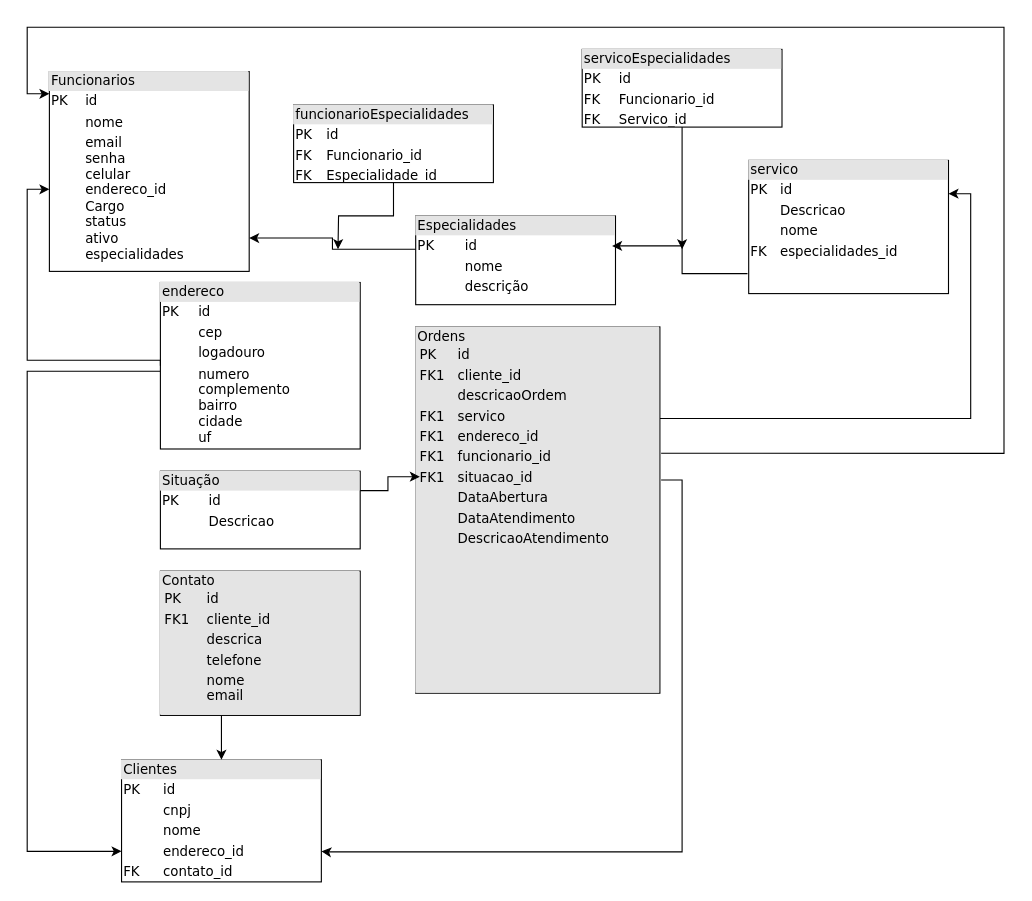
This is banco de dados.drawio from S-I-G-O-S/planejamento, a draw.io file, before an edit. Source tidied: cells renumbered, new cells numbered last; positions are measured from the earlier drawing's top-left corner, leaving out a move shared by most shapes. Both pictures are drawn from the tidied source at 111%, with x=0, y=0 at pixel (27, 27).
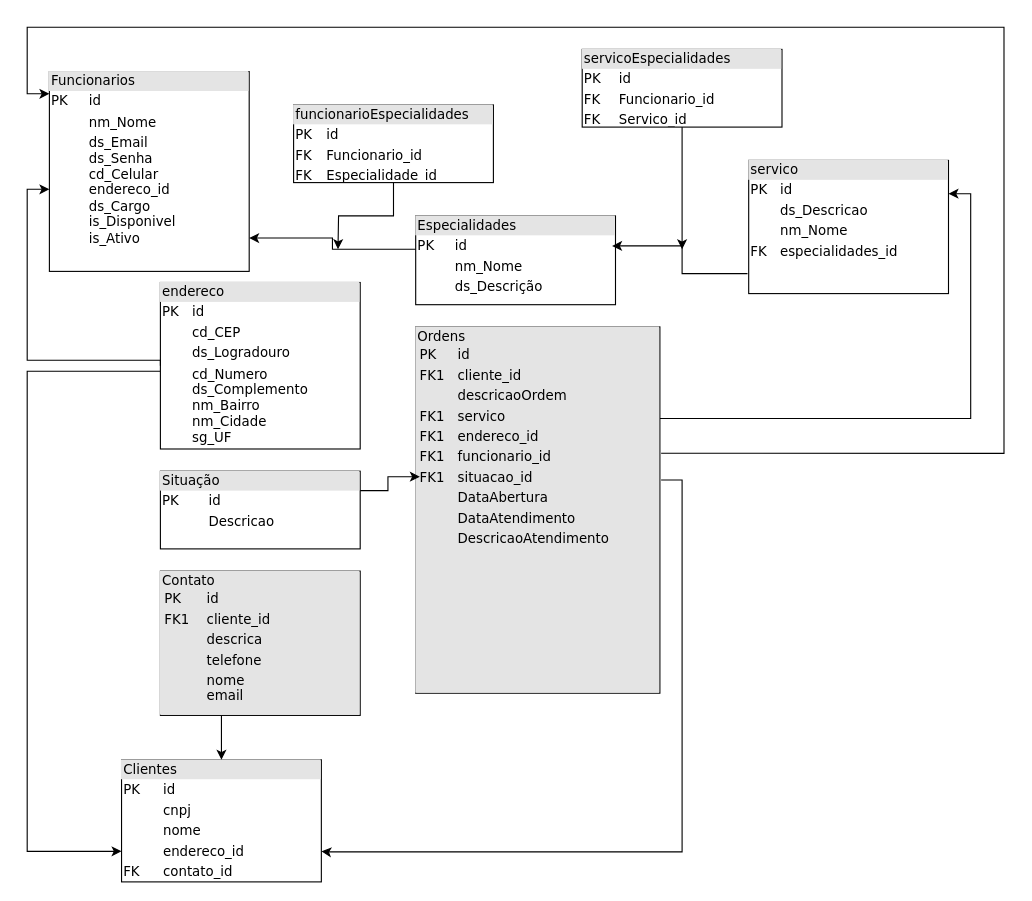
The same page after the edit.

Change to the diagram source:
```diff
@@
-    <mxCell id="2" value="&lt;div style=&quot;box-sizing:border-box;width:100%;background:#e4e4e4;padding:2px;&quot;&gt;Funcionarios&lt;/div&gt;&lt;table style=&quot;width:100%;font-size:1em;&quot; cellpadding=&quot;2&quot; cellspacing=&quot;0&quot;&gt;&lt;tbody&gt;&lt;tr&gt;&lt;td&gt;PK&lt;/td&gt;&lt;td&gt;id&lt;br&gt;&lt;/td&gt;&lt;/tr&gt;&lt;tr&gt;&lt;td&gt;&lt;br&gt;&lt;/td&gt;&lt;td&gt;nome&lt;/td&gt;&lt;/tr&gt;&lt;tr&gt;&lt;td&gt;&lt;/td&gt;&lt;td&gt;email&lt;br&gt;senha&lt;br&gt;celular&lt;br&gt;endereco_id&lt;br&gt;Cargo&lt;br&gt;status&lt;br&gt;ativo&lt;br&gt;especialidades&lt;/td&gt;&lt;/tr&gt;&lt;/tbody&gt;&lt;/table&gt;" style="verticalAlign=top;align=left;overflow=fill;html=1;rounded=0;shadow=0;comic=0;labelBackgroundColor=none;strokeWidth=1;fontFamily=Verdana;fontSize=12;" parent="1" vertex="1">
+    <mxCell id="2" value="&lt;div style=&quot;box-sizing:border-box;width:100%;background:#e4e4e4;padding:2px;&quot;&gt;Funcionarios&lt;/div&gt;&lt;table style=&quot;width:100%;font-size:1em;&quot; cellpadding=&quot;2&quot; cellspacing=&quot;0&quot;&gt;&lt;tbody&gt;&lt;tr&gt;&lt;td&gt;PK&lt;/td&gt;&lt;td&gt;id&lt;br&gt;&lt;/td&gt;&lt;/tr&gt;&lt;tr&gt;&lt;td&gt;&lt;br&gt;&lt;/td&gt;&lt;td&gt;nm_Nome&lt;/td&gt;&lt;/tr&gt;&lt;tr&gt;&lt;td&gt;&lt;/td&gt;&lt;td&gt;ds_Email&lt;br&gt;ds_Senha&lt;br&gt;cd_Celular&lt;br&gt;endereco_id&lt;br&gt;ds_Cargo&lt;br&gt;is_Disponivel&lt;br&gt;is_Ativo&lt;br&gt;&lt;br&gt;&lt;/td&gt;&lt;/tr&gt;&lt;/tbody&gt;&lt;/table&gt;" style="verticalAlign=top;align=left;overflow=fill;html=1;rounded=0;shadow=0;comic=0;labelBackgroundColor=none;strokeWidth=1;fontFamily=Verdana;fontSize=12;" parent="1" vertex="1">
       <mxGeometry x="20" y="40" width="180" height="180" as="geometry" />
     </mxCell>
-    <mxCell id="3" value="&lt;div style=&quot;box-sizing: border-box ; width: 100% ; background: #e4e4e4 ; padding: 2px&quot;&gt;Especialidades&lt;/div&gt;&lt;table style=&quot;width: 100% ; font-size: 1em&quot; cellpadding=&quot;2&quot; cellspacing=&quot;0&quot;&gt;&lt;tbody&gt;&lt;tr&gt;&lt;td&gt;PK&lt;/td&gt;&lt;td&gt;id&lt;/td&gt;&lt;/tr&gt;&lt;tr&gt;&lt;td&gt;&lt;br&gt;&lt;/td&gt;&lt;td&gt;nome&lt;/td&gt;&lt;/tr&gt;&lt;tr&gt;&lt;td&gt;&lt;/td&gt;&lt;td&gt;descrição&lt;/td&gt;&lt;/tr&gt;&lt;tr&gt;&lt;td&gt;&lt;/td&gt;&lt;td&gt;&lt;br&gt;&lt;/td&gt;&lt;/tr&gt;&lt;/tbody&gt;&lt;/table&gt;" style="verticalAlign=top;align=left;overflow=fill;html=1;rounded=0;shadow=0;comic=0;labelBackgroundColor=none;strokeWidth=1;fontFamily=Verdana;fontSize=12;" parent="1" vertex="1">
+    <mxCell id="3" value="&lt;div style=&quot;box-sizing: border-box ; width: 100% ; background: #e4e4e4 ; padding: 2px&quot;&gt;Especialidades&lt;/div&gt;&lt;table style=&quot;width: 100% ; font-size: 1em&quot; cellpadding=&quot;2&quot; cellspacing=&quot;0&quot;&gt;&lt;tbody&gt;&lt;tr&gt;&lt;td&gt;PK&lt;/td&gt;&lt;td&gt;id&lt;/td&gt;&lt;/tr&gt;&lt;tr&gt;&lt;td&gt;&lt;br&gt;&lt;/td&gt;&lt;td&gt;nm_Nome&lt;/td&gt;&lt;/tr&gt;&lt;tr&gt;&lt;td&gt;&lt;/td&gt;&lt;td&gt;ds_Descrição&lt;/td&gt;&lt;/tr&gt;&lt;tr&gt;&lt;td&gt;&lt;/td&gt;&lt;td&gt;&lt;br&gt;&lt;/td&gt;&lt;/tr&gt;&lt;/tbody&gt;&lt;/table&gt;" style="verticalAlign=top;align=left;overflow=fill;html=1;rounded=0;shadow=0;comic=0;labelBackgroundColor=none;strokeWidth=1;fontFamily=Verdana;fontSize=12;" parent="1" vertex="1">
       <mxGeometry x="350" y="170" width="180" height="80" as="geometry" />
     </mxCell>
@@
-    <mxCell id="10" value="&lt;div style=&quot;box-sizing:border-box;width:100%;background:#e4e4e4;padding:2px;&quot;&gt;servico&lt;/div&gt;&lt;table style=&quot;width:100%;font-size:1em;&quot; cellpadding=&quot;2&quot; cellspacing=&quot;0&quot;&gt;&lt;tbody&gt;&lt;tr&gt;&lt;td&gt;PK&lt;/td&gt;&lt;td&gt;id&lt;/td&gt;&lt;/tr&gt;&lt;tr&gt;&lt;td&gt;&lt;br&gt;&lt;/td&gt;&lt;td&gt;Descricao&lt;/td&gt;&lt;/tr&gt;&lt;tr&gt;&lt;td&gt;&lt;br&gt;&lt;/td&gt;&lt;td&gt;nome&lt;/td&gt;&lt;/tr&gt;&lt;tr&gt;&lt;td&gt;FK&lt;/td&gt;&lt;td&gt;especialidades_id&lt;/td&gt;&lt;/tr&gt;&lt;tr&gt;&lt;td&gt;&lt;/td&gt;&lt;td&gt;&lt;br&gt;&lt;/td&gt;&lt;/tr&gt;&lt;/tbody&gt;&lt;/table&gt;" style="verticalAlign=top;align=left;overflow=fill;html=1;rounded=0;shadow=0;comic=0;labelBackgroundColor=none;strokeWidth=1;fontFamily=Verdana;fontSize=12;" parent="1" vertex="1">
+    <mxCell id="10" value="&lt;div style=&quot;box-sizing:border-box;width:100%;background:#e4e4e4;padding:2px;&quot;&gt;servico&lt;/div&gt;&lt;table style=&quot;width:100%;font-size:1em;&quot; cellpadding=&quot;2&quot; cellspacing=&quot;0&quot;&gt;&lt;tbody&gt;&lt;tr&gt;&lt;td&gt;PK&lt;/td&gt;&lt;td&gt;id&lt;/td&gt;&lt;/tr&gt;&lt;tr&gt;&lt;td&gt;&lt;br&gt;&lt;/td&gt;&lt;td&gt;ds_Descricao&lt;/td&gt;&lt;/tr&gt;&lt;tr&gt;&lt;td&gt;&lt;br&gt;&lt;/td&gt;&lt;td&gt;nm_Nome&lt;/td&gt;&lt;/tr&gt;&lt;tr&gt;&lt;td&gt;FK&lt;/td&gt;&lt;td&gt;especialidades_id&lt;/td&gt;&lt;/tr&gt;&lt;tr&gt;&lt;td&gt;&lt;/td&gt;&lt;td&gt;&lt;br&gt;&lt;/td&gt;&lt;/tr&gt;&lt;/tbody&gt;&lt;/table&gt;" style="verticalAlign=top;align=left;overflow=fill;html=1;rounded=0;shadow=0;comic=0;labelBackgroundColor=none;strokeWidth=1;fontFamily=Verdana;fontSize=12;" parent="1" vertex="1">
       <mxGeometry x="650" y="120" width="180" height="120" as="geometry" />
     </mxCell>
@@
-    <mxCell id="22" value="&lt;div style=&quot;box-sizing:border-box;width:100%;background:#e4e4e4;padding:2px;&quot;&gt;endereco&lt;/div&gt;&lt;table style=&quot;width:100%;font-size:1em;&quot; cellpadding=&quot;2&quot; cellspacing=&quot;0&quot;&gt;&lt;tbody&gt;&lt;tr&gt;&lt;td&gt;PK&lt;/td&gt;&lt;td&gt;id&lt;/td&gt;&lt;/tr&gt;&lt;tr&gt;&lt;td&gt;&lt;br&gt;&lt;/td&gt;&lt;td&gt;cep&lt;/td&gt;&lt;/tr&gt;&lt;tr&gt;&lt;td&gt;&lt;br&gt;&lt;/td&gt;&lt;td&gt;logadouro&lt;/td&gt;&lt;/tr&gt;&lt;tr&gt;&lt;td&gt;&lt;br&gt;&lt;/td&gt;&lt;td&gt;numero&lt;br&gt;complemento&lt;br&gt;bairro&lt;br&gt;cidade&lt;br&gt;uf&lt;/td&gt;&lt;/tr&gt;&lt;tr&gt;&lt;td&gt;&lt;/td&gt;&lt;td&gt;&lt;br&gt;&lt;/td&gt;&lt;/tr&gt;&lt;/tbody&gt;&lt;/table&gt;" style="verticalAlign=top;align=left;overflow=fill;html=1;rounded=0;shadow=0;comic=0;labelBackgroundColor=none;strokeWidth=1;fontFamily=Verdana;fontSize=12;" parent="1" vertex="1">
+    <mxCell id="22" value="&lt;div style=&quot;box-sizing:border-box;width:100%;background:#e4e4e4;padding:2px;&quot;&gt;endereco&lt;/div&gt;&lt;table style=&quot;width:100%;font-size:1em;&quot; cellpadding=&quot;2&quot; cellspacing=&quot;0&quot;&gt;&lt;tbody&gt;&lt;tr&gt;&lt;td&gt;PK&lt;/td&gt;&lt;td&gt;id&lt;/td&gt;&lt;/tr&gt;&lt;tr&gt;&lt;td&gt;&lt;br&gt;&lt;/td&gt;&lt;td&gt;cd_CEP&lt;/td&gt;&lt;/tr&gt;&lt;tr&gt;&lt;td&gt;&lt;br&gt;&lt;/td&gt;&lt;td&gt;ds_Logradouro&lt;/td&gt;&lt;/tr&gt;&lt;tr&gt;&lt;td&gt;&lt;br&gt;&lt;/td&gt;&lt;td&gt;cd_Numero&lt;br&gt;ds_Complemento&lt;br&gt;nm_Bairro&lt;br&gt;nm_Cidade&lt;br&gt;sg_UF&lt;/td&gt;&lt;/tr&gt;&lt;tr&gt;&lt;td&gt;&lt;/td&gt;&lt;td&gt;&lt;br&gt;&lt;/td&gt;&lt;/tr&gt;&lt;/tbody&gt;&lt;/table&gt;" style="verticalAlign=top;align=left;overflow=fill;html=1;rounded=0;shadow=0;comic=0;labelBackgroundColor=none;strokeWidth=1;fontFamily=Verdana;fontSize=12;" parent="1" vertex="1">
       <mxGeometry x="120" y="230" width="180" height="150" as="geometry" />
     </mxCell>
```
